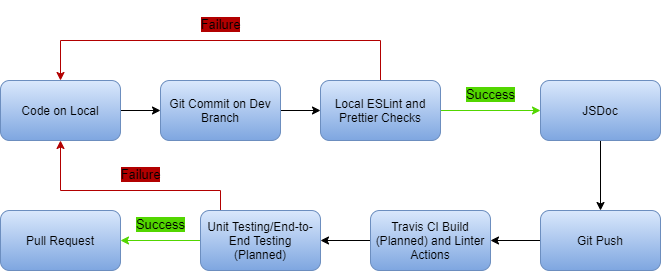
Above: admin/cipipeline/phase1.drawio.png in FlamingoJournal/cse110-sp21-group18 (draw.io), before the change. Source tidied: cells renumbered, new cells last; positions are measured from the earlier drawing's top-left corner, leaving out a move shared by most shapes.
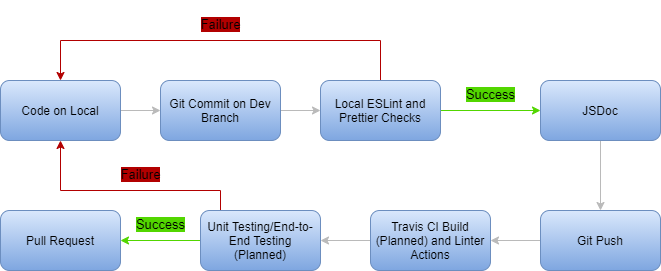
Above is the later version.

The edit, as a diff of the source:
```diff
@@ -2,13 +2,13 @@
   <root>
     <mxCell id="0" />
     <mxCell id="1" parent="0" />
-    <mxCell id="2" style="edgeStyle=orthogonalEdgeStyle;rounded=0;jettySize=auto;html=1;entryX=0;entryY=0.5;entryDx=0;entryDy=0;" parent="1" edge="1" source="3" target="5">
+    <mxCell id="2" style="edgeStyle=orthogonalEdgeStyle;rounded=0;jettySize=auto;html=1;entryX=0;entryY=0.5;entryDx=0;entryDy=0;fillColor=#f5f5f5;gradientColor=#b3b3b3;strokeColor=#BABABA;" parent="1" edge="1" source="3" target="5">
       <mxGeometry relative="1" as="geometry" />
     </mxCell>
     <mxCell id="3" value="&lt;font color=&quot;#000000&quot;&gt;Code on Local&lt;/font&gt;" style="rounded=1;whiteSpace=wrap;html=1;fillColor=#dae8fc;strokeColor=#6c8ebf;gradientColor=#7ea6e0;" parent="1" vertex="1">
       <mxGeometry y="80" width="120" height="60" as="geometry" />
     </mxCell>
-    <mxCell id="4" style="edgeStyle=orthogonalEdgeStyle;rounded=0;jettySize=auto;html=1;exitX=1;exitY=0.5;exitDx=0;exitDy=0;entryX=0;entryY=0.5;entryDx=0;entryDy=0;" parent="1" edge="1" source="5" target="8">
+    <mxCell id="4" style="edgeStyle=orthogonalEdgeStyle;rounded=0;jettySize=auto;html=1;exitX=1;exitY=0.5;exitDx=0;exitDy=0;entryX=0;entryY=0.5;entryDx=0;entryDy=0;strokeColor=#BABABA;" parent="1" edge="1" source="5" target="8">
       <mxGeometry relative="1" as="geometry" />
     </mxCell>
     <mxCell id="5" value="&lt;font color=&quot;#000000&quot;&gt;Git Commit on Dev Branch&lt;/font&gt;" style="rounded=1;whiteSpace=wrap;html=1;gradientColor=#7ea6e0;fillColor=#dae8fc;strokeColor=#6c8ebf;" parent="1" vertex="1">
@@ -28,19 +28,19 @@
     <mxCell id="8" value="&lt;font color=&quot;#000000&quot;&gt;Local ESLint and Prettier Checks&lt;/font&gt;" style="rounded=1;whiteSpace=wrap;html=1;gradientColor=#7ea6e0;fillColor=#dae8fc;strokeColor=#6c8ebf;" parent="1" vertex="1">
       <mxGeometry x="320" y="80" width="120" height="60" as="geometry" />
     </mxCell>
-    <mxCell id="9" style="edgeStyle=orthogonalEdgeStyle;rounded=0;jettySize=auto;html=1;exitX=0.5;exitY=1;exitDx=0;exitDy=0;entryX=0.5;entryY=0;entryDx=0;entryDy=0;" parent="1" edge="1" source="10" target="12">
+    <mxCell id="9" style="edgeStyle=orthogonalEdgeStyle;rounded=0;jettySize=auto;html=1;exitX=0.5;exitY=1;exitDx=0;exitDy=0;entryX=0.5;entryY=0;entryDx=0;entryDy=0;strokeColor=#BABABA;" parent="1" edge="1" source="10" target="12">
       <mxGeometry relative="1" as="geometry" />
     </mxCell>
     <mxCell id="10" value="&lt;font color=&quot;#000000&quot;&gt;JSDoc&lt;/font&gt;" style="rounded=1;whiteSpace=wrap;html=1;gradientColor=#7ea6e0;fillColor=#dae8fc;strokeColor=#6c8ebf;" parent="1" vertex="1">
       <mxGeometry x="540" y="80" width="120" height="60" as="geometry" />
     </mxCell>
-    <mxCell id="11" style="edgeStyle=orthogonalEdgeStyle;rounded=0;jettySize=auto;html=1;exitX=0;exitY=0.5;exitDx=0;exitDy=0;entryX=1;entryY=0.5;entryDx=0;entryDy=0;" parent="1" edge="1" source="12" target="14">
+    <mxCell id="11" style="edgeStyle=orthogonalEdgeStyle;rounded=0;jettySize=auto;html=1;exitX=0;exitY=0.5;exitDx=0;exitDy=0;entryX=1;entryY=0.5;entryDx=0;entryDy=0;strokeColor=#BABABA;" parent="1" edge="1" source="12" target="14">
       <mxGeometry relative="1" as="geometry" />
     </mxCell>
     <mxCell id="12" value="&lt;font color=&quot;#000000&quot;&gt;Git Push&lt;/font&gt;" style="rounded=1;whiteSpace=wrap;html=1;gradientColor=#7ea6e0;fillColor=#dae8fc;strokeColor=#6c8ebf;" parent="1" vertex="1">
       <mxGeometry x="540" y="210" width="120" height="60" as="geometry" />
     </mxCell>
-    <mxCell id="13" style="edgeStyle=orthogonalEdgeStyle;rounded=0;jettySize=auto;html=1;exitX=0;exitY=0.5;exitDx=0;exitDy=0;" parent="1" edge="1" source="14" target="17">
+    <mxCell id="13" style="edgeStyle=orthogonalEdgeStyle;rounded=0;jettySize=auto;html=1;exitX=0;exitY=0.5;exitDx=0;exitDy=0;strokeColor=#BABABA;" parent="1" edge="1" source="14" target="17">
       <mxGeometry relative="1" as="geometry" />
     </mxCell>
     <mxCell id="14" value="&lt;font color=&quot;#000000&quot;&gt;Travis CI Build (Planned) and Linter Actions&lt;/font&gt;" style="rounded=1;whiteSpace=wrap;html=1;gradientColor=#7ea6e0;fillColor=#dae8fc;strokeColor=#6c8ebf;" parent="1" vertex="1">
```
